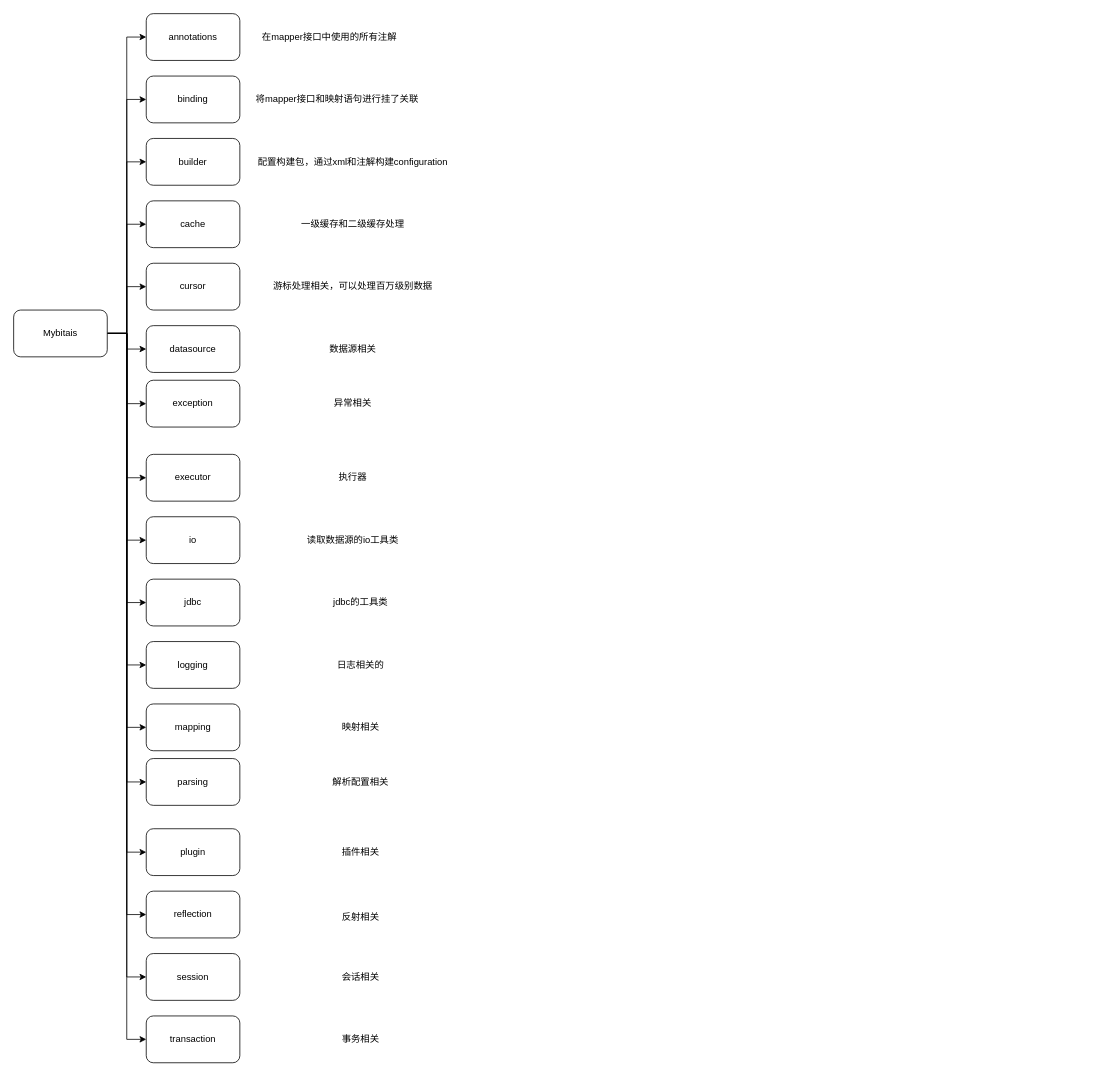
longhao1213/flowchart keeps this draw.io diagram as mybatis相关.drawio. Above is the earlier version. Source tidied: cells renumbered, new cells numbered last; positions are measured from the earlier drawing's top-left corner, leaving out a move shared by most shapes. Both pictures are drawn from the tidied source at 78%, with x=0, y=0 at pixel (13, 13).
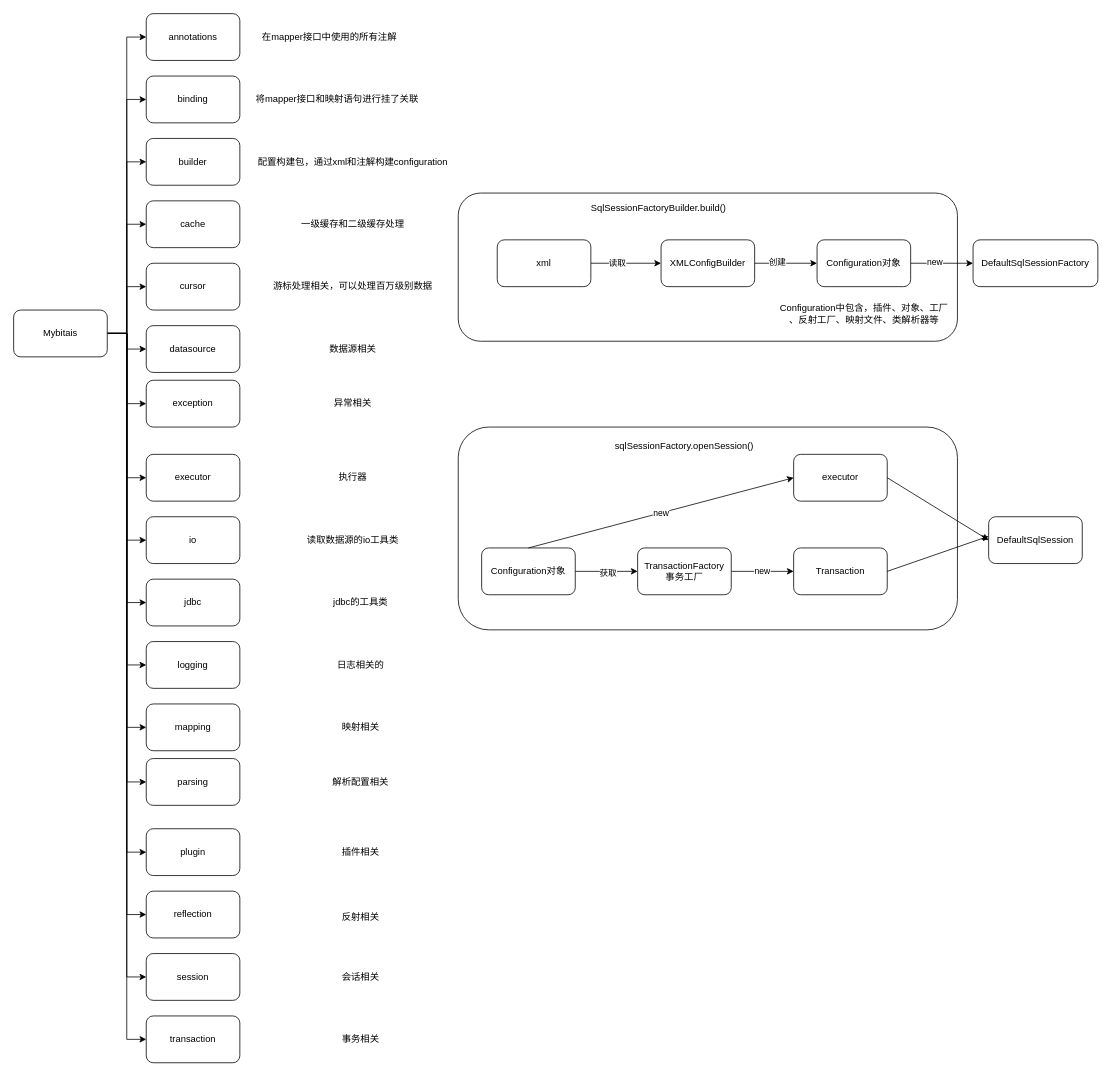
Above is the later version.

Diff of the diagram source:
```diff
@@
+    <mxCell id="54" style="rounded=1;whiteSpace=wrap;html=1;align=left;" parent="1" vertex="1">
+      <mxGeometry x="570" y="230" width="640" height="190" as="geometry" />
+    </mxCell>
@@
+    <mxCell id="55" style="edgeStyle=orthogonalEdgeStyle;rounded=0;jettySize=auto;html=1;" parent="1" edge="1" source="57" target="60">
+      <mxGeometry relative="1" as="geometry" />
+    </mxCell>
+    <mxCell id="56" value="读取" style="edgeLabel;html=1;align=center;verticalAlign=middle;" parent="55" vertex="1">
+      <mxGeometry x="-0.26" y="1" relative="1" as="geometry" />
+    </mxCell>
+    <mxCell id="57" value="xml" style="rounded=1;whiteSpace=wrap;html=1;" parent="1" vertex="1">
+      <mxGeometry x="620" y="290" width="120" height="60" as="geometry" />
+    </mxCell>
+    <mxCell id="58" style="edgeStyle=orthogonalEdgeStyle;rounded=0;jettySize=auto;html=1;" parent="1" edge="1" source="60" target="63">
+      <mxGeometry relative="1" as="geometry" />
+    </mxCell>
+    <mxCell id="59" value="创建" style="edgeLabel;html=1;align=center;verticalAlign=middle;" parent="58" vertex="1">
+      <mxGeometry x="-0.3" y="2" relative="1" as="geometry" />
+    </mxCell>
+    <mxCell id="60" value="XMLConfigBuilder" style="rounded=1;whiteSpace=wrap;html=1;" parent="1" vertex="1">
+      <mxGeometry x="830" y="290" width="120" height="60" as="geometry" />
+    </mxCell>
+    <mxCell id="61" style="edgeStyle=orthogonalEdgeStyle;rounded=0;jettySize=auto;html=1;" parent="1" edge="1" source="63" target="65">
+      <mxGeometry relative="1" as="geometry" />
+    </mxCell>
+    <mxCell id="62" value="new" style="edgeLabel;html=1;align=center;verticalAlign=middle;" parent="61" vertex="1">
+      <mxGeometry x="-0.25" y="2" relative="1" as="geometry" />
+    </mxCell>
+    <mxCell id="63" value="Configuration对象" style="rounded=1;whiteSpace=wrap;html=1;" parent="1" vertex="1">
+      <mxGeometry x="1030" y="290" width="120" height="60" as="geometry" />
+    </mxCell>
+    <mxCell id="64" value="Configuration中包含，插件、对象、工厂&lt;br&gt;、反射工厂、映射文件、类解析器等" style="text;html=1;align=center;verticalAlign=middle;strokeColor=none;" parent="1" vertex="1">
+      <mxGeometry x="975" y="370" width="230" height="30" as="geometry" />
+    </mxCell>
+    <mxCell id="65" value="DefaultSqlSessionFactory" style="rounded=1;whiteSpace=wrap;html=1;" parent="1" vertex="1">
+      <mxGeometry x="1230" y="290" width="160" height="60" as="geometry" />
+    </mxCell>
+    <mxCell id="66" value="&lt;span style=&quot;text-align: left&quot;&gt;SqlSessionFactoryBuilder.build()&lt;/span&gt;" style="text;html=1;strokeColor=none;fillColor=none;align=center;verticalAlign=middle;whiteSpace=wrap;rounded=0;" parent="1" vertex="1">
+      <mxGeometry x="807" y="240" width="40" height="20" as="geometry" />
+    </mxCell>
+    <mxCell id="67" style="rounded=1;whiteSpace=wrap;html=1;" parent="1" vertex="1">
+      <mxGeometry x="570" y="530" width="640" height="260" as="geometry" />
+    </mxCell>
+    <mxCell id="68" value="sqlSessionFactory.openSession()" style="text;html=1;strokeColor=none;fillColor=none;align=center;verticalAlign=middle;whiteSpace=wrap;rounded=0;" parent="1" vertex="1">
+      <mxGeometry x="840" y="545" width="40" height="20" as="geometry" />
+    </mxCell>
+    <mxCell id="69" style="edgeStyle=orthogonalEdgeStyle;rounded=0;jettySize=auto;html=1;" parent="1" edge="1" source="71" target="73">
+      <mxGeometry relative="1" as="geometry" />
+    </mxCell>
+    <mxCell id="70" value="获取" style="edgeLabel;html=1;align=center;verticalAlign=middle;" parent="69" vertex="1">
+      <mxGeometry x="0.02" y="-2" relative="1" as="geometry" />
+    </mxCell>
+    <mxCell id="71" value="Configuration对象" style="rounded=1;whiteSpace=wrap;html=1;" parent="1" vertex="1">
+      <mxGeometry x="600" y="685" width="120" height="60" as="geometry" />
+    </mxCell>
+    <mxCell id="72" value="new" style="edgeStyle=orthogonalEdgeStyle;rounded=0;jettySize=auto;html=1;" parent="1" edge="1" source="73" target="74">
+      <mxGeometry relative="1" as="geometry" />
+    </mxCell>
+    <mxCell id="73" value="TransactionFactory&lt;br&gt;事务工厂" style="rounded=1;whiteSpace=wrap;html=1;" parent="1" vertex="1">
+      <mxGeometry x="800" y="685" width="120" height="60" as="geometry" />
+    </mxCell>
+    <mxCell id="74" value="Transaction" style="rounded=1;whiteSpace=wrap;html=1;" parent="1" vertex="1">
+      <mxGeometry x="1000" y="685" width="120" height="60" as="geometry" />
+    </mxCell>
+    <mxCell id="75" value="executor" style="rounded=1;whiteSpace=wrap;html=1;" parent="1" vertex="1">
+      <mxGeometry x="1000" y="565" width="120" height="60" as="geometry" />
+    </mxCell>
+    <mxCell id="76" value="DefaultSqlSession" style="rounded=1;whiteSpace=wrap;html=1;" parent="1" vertex="1">
+      <mxGeometry x="1250" y="645" width="120" height="60" as="geometry" />
+    </mxCell>
+    <mxCell id="77" value="new" style="endArrow=classic;html=1;exitX=0.5;exitY=0;exitDx=0;exitDy=0;entryX=0;entryY=0.5;entryDx=0;entryDy=0;" parent="1" edge="1" source="71" target="75">
+      <mxGeometry relative="1" as="geometry" />
+    </mxCell>
+    <mxCell id="78" style="endArrow=classic;html=1;entryX=0;entryY=0.5;entryDx=0;entryDy=0;exitX=1;exitY=0.5;exitDx=0;exitDy=0;" parent="1" edge="1" source="75" target="76">
+      <mxGeometry relative="1" as="geometry" />
+    </mxCell>
+    <mxCell id="79" style="endArrow=classic;html=1;exitX=1;exitY=0.5;exitDx=0;exitDy=0;" parent="1" edge="1" source="74">
+      <mxGeometry relative="1" as="geometry">
+        <mxPoint x="1250" y="670" as="targetPoint" />
+      </mxGeometry>
+    </mxCell>
```
